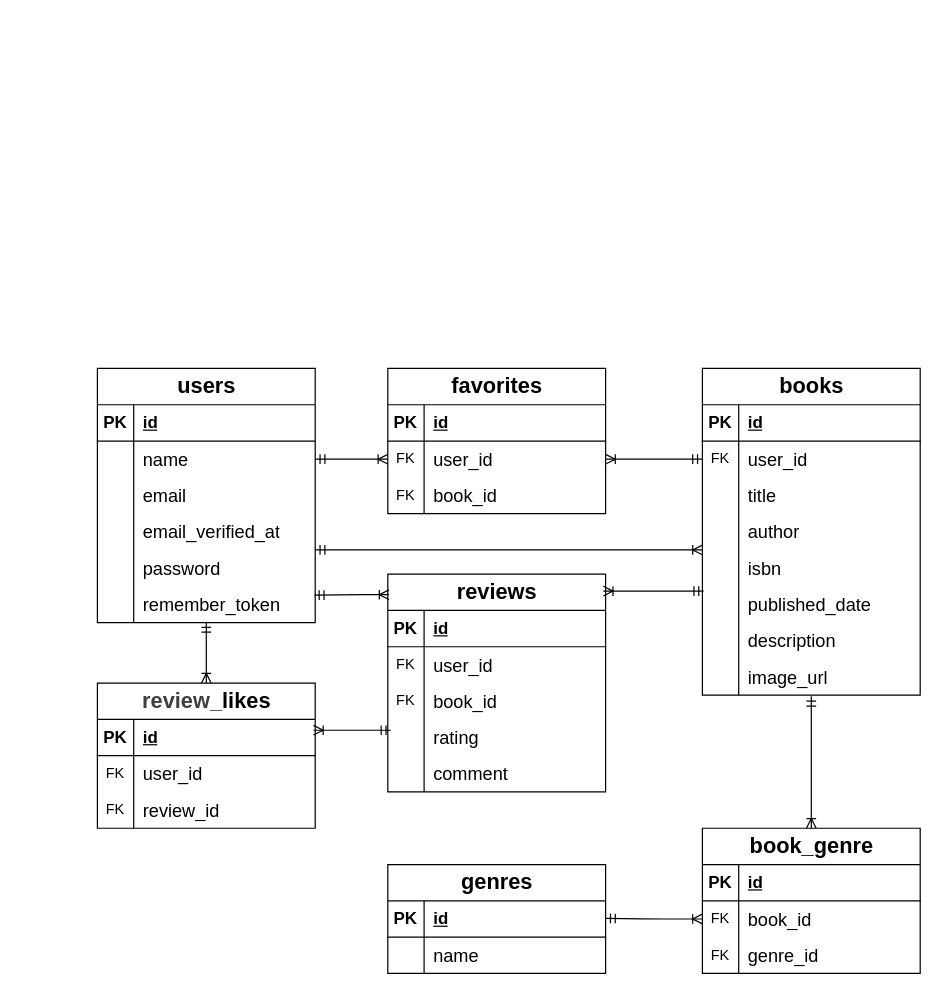
daiki-oishi-0206/bookshelf-app keeps this draw.io diagram as ER図.drawio.png.drawio. Above is the earlier version. Source tidied: cells renumbered, new cells numbered last; positions are measured from the earlier drawing's top-left corner, leaving out a move shared by most shapes. Both pictures are drawn from the tidied source at 121%, with x=0, y=0 at pixel (97, 368).
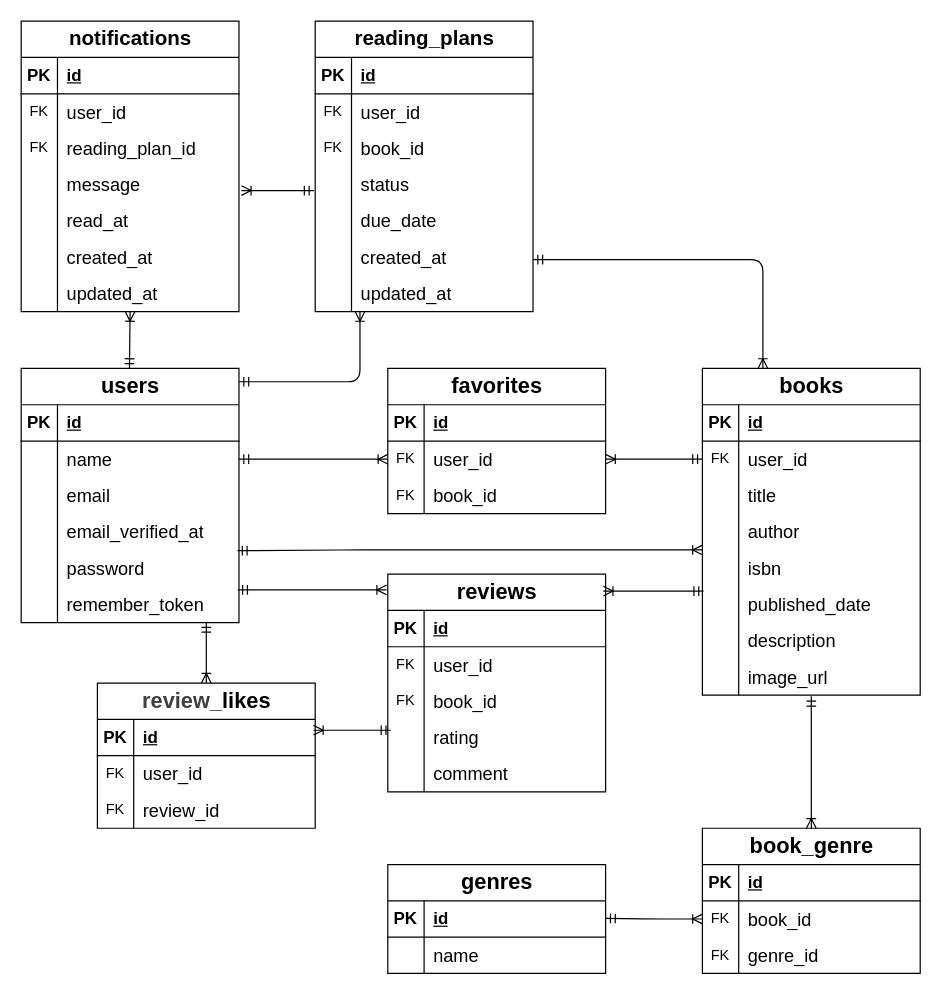
The same diagram, later.

Commit message:
ER図作成完了

Unchanged cells that the change refers to:
```xml
<mxCell id="12" style="shape=tableRow;horizontal=0;startSize=0;swimlaneHead=0;swimlaneBody=0;fillColor=none;points=[[0,0.5],[1,0.5]];portConstraint=eastwest;top=0;left=0;right=0;bottom=0;" parent="2" vertex="1">
  <mxGeometry y="120" width="180" height="30" as="geometry" />
</mxCell>
<mxCell id="18" style="shape=tableRow;horizontal=0;startSize=0;swimlaneHead=0;swimlaneBody=0;fillColor=none;points=[[0,0.5],[1,0.5]];portConstraint=eastwest;top=0;left=0;right=0;bottom=0;" parent="2" vertex="1">
  <mxGeometry y="180" width="180" height="30" as="geometry" />
</mxCell>
<mxCell id="79" value="&lt;font style=&quot;font-size: 18px;&quot;&gt;&lt;span style=&quot;color: rgb(63, 63, 63);&quot;&gt;review_&lt;/span&gt;likes&lt;/font&gt;" style="shape=table;startSize=30;childLayout=tableLayout;rowLines=0;fontStyle=1;align=center;html=1;fontSize=17;" parent="1" vertex="1">
  <mxGeometry y="260" width="180" height="120" as="geometry" />
</mxCell>
```

Diff of the diagram source:
```diff
@@
     <mxCell id="2" value="&lt;font style=&quot;font-size: 18px;&quot;&gt;users&lt;/font&gt;" style="shape=table;startSize=30;childLayout=tableLayout;rowLines=0;fontStyle=1;align=center;html=1;fontSize=17;" parent="1" vertex="1">
-      <mxGeometry width="180" height="210" as="geometry" />
+      <mxGeometry x="-63" width="180" height="210" as="geometry" />
     </mxCell>
@@
     <mxCell id="99" style="fontSize=12;html=1;endArrow=ERoneToMany;startArrow=ERmandOne;entryX=0.5;entryY=0;entryDx=0;entryDy=0;" parent="1" edge="1" target="79">
       <mxGeometry relative="1" as="geometry">
         <mxPoint x="90" y="210" as="sourcePoint" />
-        <Array as="points">
-          <mxPoint x="90" y="230" />
-        </Array>
       </mxGeometry>
     </mxCell>
@@
-    <mxCell id="103" style="fontSize=12;html=1;endArrow=ERoneToMany;startArrow=ERmandOne;exitX=0.996;exitY=0.247;exitDx=0;exitDy=0;exitPerimeter=0;" parent="1" edge="1" source="18">
-      <mxGeometry relative="1" as="geometry">
-        <mxPoint x="241" y="187" as="targetPoint" />
-        <Array as="points">
-          <mxPoint x="210" y="187" />
-        </Array>
-      </mxGeometry>
-    </mxCell>
@@
-    <mxCell id="107" style="fontSize=12;html=1;endArrow=ERoneToMany;startArrow=ERmandOne;exitX=0.996;exitY=0.247;exitDx=0;exitDy=0;exitPerimeter=0;" parent="1" edge="1">
+    <mxCell id="107" style="fontSize=12;html=1;endArrow=ERoneToMany;startArrow=ERmandOne;exitX=0.993;exitY=1.02;exitDx=0;exitDy=0;exitPerimeter=0;" parent="1" edge="1" source="12">
       <mxGeometry relative="1" as="geometry">
-        <mxPoint x="180" y="150" as="sourcePoint" />
         <mxPoint x="500" y="150" as="targetPoint" />
         <Array as="points">
           <mxPoint x="211" y="150" />
         </Array>
       </mxGeometry>
     </mxCell>
+    <mxCell id="108" value="reading_plans" style="shape=table;startSize=30;childLayout=tableLayout;rowLines=0;fontStyle=1;align=center;html=1;fontSize=17;" parent="1" vertex="1">
+      <mxGeometry x="180" y="-287" width="180" height="240" as="geometry" />
+    </mxCell>
+    <mxCell id="109" style="shape=tableRow;horizontal=0;startSize=0;swimlaneHead=0;swimlaneBody=0;fillColor=none;top=0;left=0;right=0;bottom=1;" parent="108" vertex="1">
+      <mxGeometry y="30" width="180" height="30" as="geometry" />
+    </mxCell>
+    <mxCell id="110" value="&lt;font style=&quot;font-size: 14px;&quot;&gt;PK&lt;/font&gt;" style="shape=partialRectangle;fillColor=none;top=0;left=0;bottom=0;right=0;fontStyle=1;overflow=hidden;whiteSpace=wrap;html=1;" parent="109" vertex="1">
+      <mxGeometry width="30" height="30" as="geometry" />
+    </mxCell>
+    <mxCell id="111" value="&lt;font style=&quot;font-size: 14px;&quot;&gt;id&lt;/font&gt;" style="shape=partialRectangle;fillColor=none;top=0;left=0;bottom=0;right=0;align=left;spacingLeft=6;fontStyle=5;overflow=hidden;whiteSpace=wrap;html=1;" parent="109" vertex="1">
+      <mxGeometry x="30" width="150" height="30" as="geometry" />
+    </mxCell>
+    <mxCell id="112" style="shape=tableRow;horizontal=0;startSize=0;swimlaneHead=0;swimlaneBody=0;fillColor=none;top=0;left=0;right=0;bottom=0;" parent="108" vertex="1">
+      <mxGeometry y="60" width="180" height="30" as="geometry" />
+    </mxCell>
+    <mxCell id="113" value="FK" style="shape=partialRectangle;fillColor=none;top=0;left=0;bottom=0;right=0;overflow=hidden;whiteSpace=wrap;html=1;" parent="112" vertex="1">
+      <mxGeometry width="30" height="30" as="geometry" />
+    </mxCell>
+    <mxCell id="114" value="user_id" style="shape=partialRectangle;fillColor=none;top=0;left=0;bottom=0;right=0;align=left;spacingLeft=6;overflow=hidden;whiteSpace=wrap;html=1;fontSize=15;" parent="112" vertex="1">
+      <mxGeometry x="30" width="150" height="30" as="geometry" />
+    </mxCell>
+    <mxCell id="115" style="shape=tableRow;horizontal=0;startSize=0;swimlaneHead=0;swimlaneBody=0;fillColor=none;top=0;left=0;right=0;bottom=0;" parent="108" vertex="1">
+      <mxGeometry y="90" width="180" height="30" as="geometry" />
+    </mxCell>
+    <mxCell id="116" value="FK" style="shape=partialRectangle;fillColor=none;top=0;left=0;bottom=0;right=0;overflow=hidden;whiteSpace=wrap;html=1;" parent="115" vertex="1">
+      <mxGeometry width="30" height="30" as="geometry" />
+    </mxCell>
+    <mxCell id="117" value="book_id" style="shape=partialRectangle;fillColor=none;top=0;left=0;bottom=0;right=0;align=left;spacingLeft=6;overflow=hidden;whiteSpace=wrap;html=1;fontSize=15;" parent="115" vertex="1">
+      <mxGeometry x="30" width="150" height="30" as="geometry" />
+    </mxCell>
+    <mxCell id="118" style="shape=tableRow;horizontal=0;startSize=0;swimlaneHead=0;swimlaneBody=0;fillColor=none;top=0;left=0;right=0;bottom=0;" parent="108" vertex="1">
+      <mxGeometry y="120" width="180" height="30" as="geometry" />
+    </mxCell>
+    <mxCell id="119" style="shape=partialRectangle;fillColor=none;top=0;left=0;bottom=0;right=0;overflow=hidden;whiteSpace=wrap;html=1;" parent="118" vertex="1">
+      <mxGeometry width="30" height="30" as="geometry" />
+    </mxCell>
+    <mxCell id="120" value="status" style="shape=partialRectangle;fillColor=none;top=0;left=0;bottom=0;right=0;align=left;spacingLeft=6;overflow=hidden;whiteSpace=wrap;html=1;fontSize=15;" parent="118" vertex="1">
+      <mxGeometry x="30" width="150" height="30" as="geometry" />
+    </mxCell>
+    <mxCell id="121" style="shape=tableRow;horizontal=0;startSize=0;swimlaneHead=0;swimlaneBody=0;fillColor=none;top=0;left=0;right=0;bottom=0;" parent="108" vertex="1">
+      <mxGeometry y="150" width="180" height="30" as="geometry" />
+    </mxCell>
+    <mxCell id="122" style="shape=partialRectangle;fillColor=none;top=0;left=0;bottom=0;right=0;overflow=hidden;whiteSpace=wrap;html=1;" parent="121" vertex="1">
+      <mxGeometry width="30" height="30" as="geometry" />
+    </mxCell>
+    <mxCell id="123" value="due_date" style="shape=partialRectangle;fillColor=none;top=0;left=0;bottom=0;right=0;align=left;spacingLeft=6;overflow=hidden;whiteSpace=wrap;html=1;fontSize=15;" parent="121" vertex="1">
+      <mxGeometry x="30" width="150" height="30" as="geometry" />
+    </mxCell>
+    <mxCell id="124" style="shape=tableRow;horizontal=0;startSize=0;swimlaneHead=0;swimlaneBody=0;fillColor=none;top=0;left=0;right=0;bottom=0;" parent="108" vertex="1">
+      <mxGeometry y="180" width="180" height="30" as="geometry" />
+    </mxCell>
+    <mxCell id="125" style="shape=partialRectangle;fillColor=none;top=0;left=0;bottom=0;right=0;overflow=hidden;whiteSpace=wrap;html=1;" parent="124" vertex="1">
+      <mxGeometry width="30" height="30" as="geometry" />
+    </mxCell>
+    <mxCell id="126" value="created_at" style="shape=partialRectangle;fillColor=none;top=0;left=0;bottom=0;right=0;align=left;spacingLeft=6;overflow=hidden;whiteSpace=wrap;html=1;fontSize=15;" parent="124" vertex="1">
+      <mxGeometry x="30" width="150" height="30" as="geometry" />
+    </mxCell>
+    <mxCell id="127" style="shape=tableRow;horizontal=0;startSize=0;swimlaneHead=0;swimlaneBody=0;fillColor=none;top=0;left=0;right=0;bottom=0;" parent="108" vertex="1">
+      <mxGeometry y="210" width="180" height="30" as="geometry" />
+    </mxCell>
+    <mxCell id="128" style="shape=partialRectangle;fillColor=none;top=0;left=0;bottom=0;right=0;overflow=hidden;whiteSpace=wrap;html=1;" parent="127" vertex="1">
+      <mxGeometry width="30" height="30" as="geometry" />
+    </mxCell>
+    <mxCell id="129" value="updated_at" style="shape=partialRectangle;fillColor=none;top=0;left=0;bottom=0;right=0;align=left;spacingLeft=6;overflow=hidden;whiteSpace=wrap;html=1;fontSize=15;" parent="127" vertex="1">
+      <mxGeometry x="30" width="150" height="30" as="geometry" />
+    </mxCell>
+    <mxCell id="130" value="notifications" style="shape=table;startSize=30;childLayout=tableLayout;rowLines=0;fontStyle=1;align=center;html=1;fontSize=17;" parent="1" vertex="1">
+      <mxGeometry x="-63" y="-287" width="180" height="240" as="geometry" />
+    </mxCell>
+    <mxCell id="131" style="shape=tableRow;horizontal=0;startSize=0;swimlaneHead=0;swimlaneBody=0;fillColor=none;top=0;left=0;right=0;bottom=1;" parent="130" vertex="1">
+      <mxGeometry y="30" width="180" height="30" as="geometry" />
+    </mxCell>
+    <mxCell id="132" value="&lt;font style=&quot;font-size: 14px;&quot;&gt;PK&lt;/font&gt;" style="shape=partialRectangle;fillColor=none;top=0;left=0;bottom=0;right=0;fontStyle=1;overflow=hidden;whiteSpace=wrap;html=1;" parent="131" vertex="1">
+      <mxGeometry width="30" height="30" as="geometry" />
+    </mxCell>
+    <mxCell id="133" value="&lt;font style=&quot;font-size: 14px;&quot;&gt;id&lt;/font&gt;" style="shape=partialRectangle;fillColor=none;top=0;left=0;bottom=0;right=0;align=left;spacingLeft=6;fontStyle=5;overflow=hidden;whiteSpace=wrap;html=1;" parent="131" vertex="1">
+      <mxGeometry x="30" width="150" height="30" as="geometry" />
+    </mxCell>
+    <mxCell id="134" style="shape=tableRow;horizontal=0;startSize=0;swimlaneHead=0;swimlaneBody=0;fillColor=none;top=0;left=0;right=0;bottom=0;" parent="130" vertex="1">
+      <mxGeometry y="60" width="180" height="30" as="geometry" />
+    </mxCell>
+    <mxCell id="135" value="FK" style="shape=partialRectangle;fillColor=none;top=0;left=0;bottom=0;right=0;overflow=hidden;whiteSpace=wrap;html=1;" parent="134" vertex="1">
+      <mxGeometry width="30" height="30" as="geometry" />
+    </mxCell>
+    <mxCell id="136" value="user_id" style="shape=partialRectangle;fillColor=none;top=0;left=0;bottom=0;right=0;align=left;spacingLeft=6;overflow=hidden;whiteSpace=wrap;html=1;fontSize=15;" parent="134" vertex="1">
+      <mxGeometry x="30" width="150" height="30" as="geometry" />
+    </mxCell>
+    <mxCell id="137" style="shape=tableRow;horizontal=0;startSize=0;swimlaneHead=0;swimlaneBody=0;fillColor=none;top=0;left=0;right=0;bottom=0;" parent="130" vertex="1">
+      <mxGeometry y="90" width="180" height="30" as="geometry" />
+    </mxCell>
+    <mxCell id="138" value="FK" style="shape=partialRectangle;fillColor=none;top=0;left=0;bottom=0;right=0;overflow=hidden;whiteSpace=wrap;html=1;" parent="137" vertex="1">
+      <mxGeometry width="30" height="30" as="geometry" />
+    </mxCell>
+    <mxCell id="139" value="reading_plan_id" style="shape=partialRectangle;fillColor=none;top=0;left=0;bottom=0;right=0;align=left;spacingLeft=6;overflow=hidden;whiteSpace=wrap;html=1;fontSize=15;" parent="137" vertex="1">
+      <mxGeometry x="30" width="150" height="30" as="geometry" />
+    </mxCell>
+    <mxCell id="140" style="shape=tableRow;horizontal=0;startSize=0;swimlaneHead=0;swimlaneBody=0;fillColor=none;top=0;left=0;right=0;bottom=0;" parent="130" vertex="1">
+      <mxGeometry y="120" width="180" height="30" as="geometry" />
+    </mxCell>
+    <mxCell id="141" style="shape=partialRectangle;fillColor=none;top=0;left=0;bottom=0;right=0;overflow=hidden;whiteSpace=wrap;html=1;" parent="140" vertex="1">
+      <mxGeometry width="30" height="30" as="geometry" />
+    </mxCell>
+    <mxCell id="142" value="message" style="shape=partialRectangle;fillColor=none;top=0;left=0;bottom=0;right=0;align=left;spacingLeft=6;overflow=hidden;whiteSpace=wrap;html=1;fontSize=15;" parent="140" vertex="1">
+      <mxGeometry x="30" width="150" height="30" as="geometry" />
+    </mxCell>
+    <mxCell id="143" style="shape=tableRow;horizontal=0;startSize=0;swimlaneHead=0;swimlaneBody=0;fillColor=none;top=0;left=0;right=0;bottom=0;" parent="130" vertex="1">
+      <mxGeometry y="150" width="180" height="30" as="geometry" />
+    </mxCell>
+    <mxCell id="144" style="shape=partialRectangle;fillColor=none;top=0;left=0;bottom=0;right=0;overflow=hidden;whiteSpace=wrap;html=1;" parent="143" vertex="1">
+      <mxGeometry width="30" height="30" as="geometry" />
+    </mxCell>
+    <mxCell id="145" value="read_at" style="shape=partialRectangle;fillColor=none;top=0;left=0;bottom=0;right=0;align=left;spacingLeft=6;overflow=hidden;whiteSpace=wrap;html=1;fontSize=15;" parent="143" vertex="1">
+      <mxGeometry x="30" width="150" height="30" as="geometry" />
+    </mxCell>
+    <mxCell id="146" style="shape=tableRow;horizontal=0;startSize=0;swimlaneHead=0;swimlaneBody=0;fillColor=none;top=0;left=0;right=0;bottom=0;" parent="130" vertex="1">
+      <mxGeometry y="180" width="180" height="30" as="geometry" />
+    </mxCell>
+    <mxCell id="147" style="shape=partialRectangle;fillColor=none;top=0;left=0;bottom=0;right=0;overflow=hidden;whiteSpace=wrap;html=1;" parent="146" vertex="1">
+      <mxGeometry width="30" height="30" as="geometry" />
+    </mxCell>
+    <mxCell id="148" value="created_at" style="shape=partialRectangle;fillColor=none;top=0;left=0;bottom=0;right=0;align=left;spacingLeft=6;overflow=hidden;whiteSpace=wrap;html=1;fontSize=15;" parent="146" vertex="1">
+      <mxGeometry x="30" width="150" height="30" as="geometry" />
+    </mxCell>
+    <mxCell id="149" style="shape=tableRow;horizontal=0;startSize=0;swimlaneHead=0;swimlaneBody=0;fillColor=none;top=0;left=0;right=0;bottom=0;" parent="130" vertex="1">
+      <mxGeometry y="210" width="180" height="30" as="geometry" />
+    </mxCell>
+    <mxCell id="150" style="shape=partialRectangle;fillColor=none;top=0;left=0;bottom=0;right=0;overflow=hidden;whiteSpace=wrap;html=1;" parent="149" vertex="1">
+      <mxGeometry width="30" height="30" as="geometry" />
+    </mxCell>
+    <mxCell id="151" value="updated_at" style="shape=partialRectangle;fillColor=none;top=0;left=0;bottom=0;right=0;align=left;spacingLeft=6;overflow=hidden;whiteSpace=wrap;html=1;fontSize=15;" parent="149" vertex="1">
+      <mxGeometry x="30" width="150" height="30" as="geometry" />
+    </mxCell>
+    <mxCell id="152" style="fontSize=12;html=1;endArrow=ERoneToMany;startArrow=ERmandOne;entryX=0;entryY=0.5;entryDx=0;entryDy=0;exitX=1;exitY=0.5;exitDx=0;exitDy=0;" parent="1" edge="1">
+      <mxGeometry relative="1" as="geometry">
+        <mxPoint x="116" y="183" as="sourcePoint" />
+        <mxPoint x="239" y="183" as="targetPoint" />
+      </mxGeometry>
+    </mxCell>
+    <mxCell id="153" style="fontSize=12;html=1;endArrow=ERoneToMany;startArrow=ERmandOne;" parent="1" edge="1">
+      <mxGeometry relative="1" as="geometry">
+        <mxPoint x="26.5" as="sourcePoint" />
+        <mxPoint x="27" y="-47" as="targetPoint" />
+      </mxGeometry>
+    </mxCell>
+    <mxCell id="154" style="fontSize=12;html=1;endArrow=ERoneToMany;startArrow=ERmandOne;exitX=1;exitY=0.5;exitDx=0;exitDy=0;" parent="1" edge="1">
+      <mxGeometry relative="1" as="geometry">
+        <mxPoint x="117" y="11" as="sourcePoint" />
+        <mxPoint x="217" y="-47" as="targetPoint" />
+        <Array as="points">
+          <mxPoint x="217" y="11" />
+        </Array>
+      </mxGeometry>
+    </mxCell>
+    <mxCell id="155" style="fontSize=12;html=1;endArrow=ERoneToMany;startArrow=ERmandOne;exitX=0;exitY=0.5;exitDx=0;exitDy=0;" parent="1" edge="1">
+      <mxGeometry relative="1" as="geometry">
+        <mxPoint x="179" y="-147" as="sourcePoint" />
+        <mxPoint x="119" y="-147" as="targetPoint" />
+        <Array as="points">
+          <mxPoint x="129" y="-147" />
+        </Array>
+      </mxGeometry>
+    </mxCell>
+    <mxCell id="156" style="fontSize=12;html=1;endArrow=ERoneToMany;startArrow=ERmandOne;exitX=1;exitY=0.5;exitDx=0;exitDy=0;" parent="1" edge="1">
+      <mxGeometry relative="1" as="geometry">
+        <mxPoint x="360" y="-90" as="sourcePoint" />
+        <mxPoint x="550" as="targetPoint" />
+        <Array as="points">
+          <mxPoint x="550" y="-90" />
+          <mxPoint x="550" />
+          <mxPoint x="550" y="-10" />
+        </Array>
+      </mxGeometry>
+    </mxCell>
```
